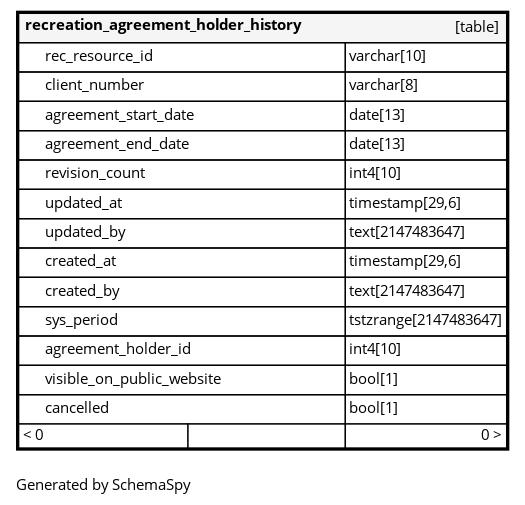
bcgov/nr-rec-resources keeps this Graphviz diagram as rst/diagrams/tables/recreation_agreement_holder_history.1degree.png. Above is the earlier version. Its source is kept beside it as rst/diagrams/tables/recreation_agreement_holder_history.1degree.dot.
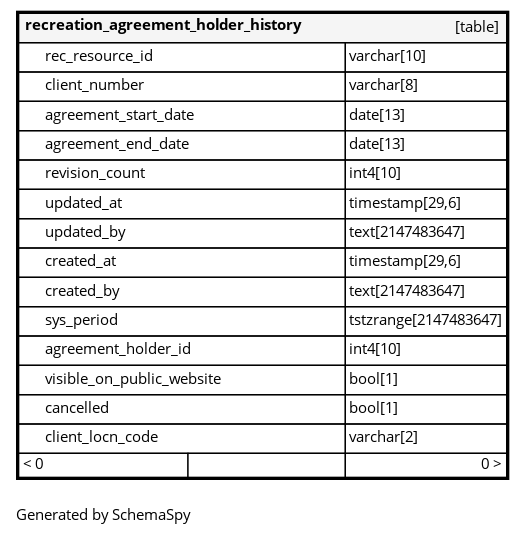
Above is the later version.

What changed in the source:
```diff
@@ -17,6 +17,7 @@
       <TR><TD PORT="agreement_holder_id" COLSPAN="2" ALIGN="LEFT"><TABLE BORDER="0" CELLSPACING="0" ALIGN="LEFT"><TR ALIGN="LEFT"><TD ALIGN="LEFT" FIXEDSIZE="TRUE" WIDTH="15" HEIGHT="16"></TD><TD ALIGN="LEFT" FIXEDSIZE="TRUE" WIDTH="224" HEIGHT="16">agreement_holder_id</TD></TR></TABLE></TD><TD PORT="agreement_holder_id.type" ALIGN="LEFT">int4[10]</TD></TR>
       <TR><TD PORT="visible_on_public_website" COLSPAN="2" ALIGN="LEFT"><TABLE BORDER="0" CELLSPACING="0" ALIGN="LEFT"><TR ALIGN="LEFT"><TD ALIGN="LEFT" FIXEDSIZE="TRUE" WIDTH="15" HEIGHT="16"></TD><TD ALIGN="LEFT" FIXEDSIZE="TRUE" WIDTH="224" HEIGHT="16">visible_on_public_website</TD></TR></TABLE></TD><TD PORT="visible_on_public_website.type" ALIGN="LEFT">bool[1]</TD></TR>
       <TR><TD PORT="cancelled" COLSPAN="2" ALIGN="LEFT"><TABLE BORDER="0" CELLSPACING="0" ALIGN="LEFT"><TR ALIGN="LEFT"><TD ALIGN="LEFT" FIXEDSIZE="TRUE" WIDTH="15" HEIGHT="16"></TD><TD ALIGN="LEFT" FIXEDSIZE="TRUE" WIDTH="224" HEIGHT="16">cancelled</TD></TR></TABLE></TD><TD PORT="cancelled.type" ALIGN="LEFT">bool[1]</TD></TR>
+      <TR><TD PORT="client_locn_code" COLSPAN="2" ALIGN="LEFT"><TABLE BORDER="0" CELLSPACING="0" ALIGN="LEFT"><TR ALIGN="LEFT"><TD ALIGN="LEFT" FIXEDSIZE="TRUE" WIDTH="15" HEIGHT="16"></TD><TD ALIGN="LEFT" FIXEDSIZE="TRUE" WIDTH="224" HEIGHT="16">client_locn_code</TD></TR></TABLE></TD><TD PORT="client_locn_code.type" ALIGN="LEFT">varchar[2]</TD></TR>
       <TR><TD ALIGN="LEFT" BGCOLOR="#ffffff">&lt; 0</TD><TD ALIGN="RIGHT" BGCOLOR="#ffffff">  </TD><TD ALIGN="RIGHT" BGCOLOR="#ffffff">0 &gt;</TD></TR>
     </TABLE>>
     URL="recreation_agreement_holder_history.html"
```
